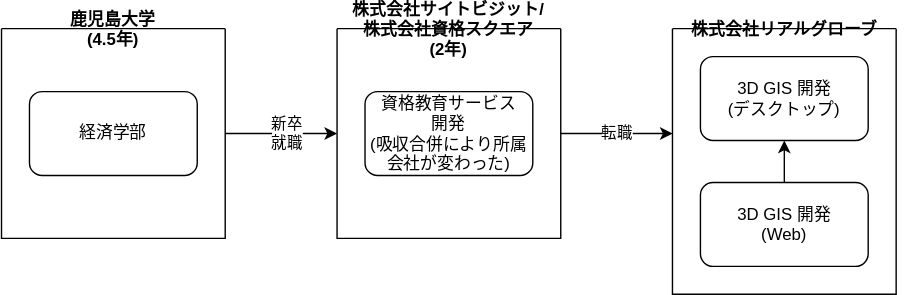
This is images/20240430-history.drawio.svg from kijimaD/roam, a draw.io export, as it was before one commit. Source tidied: cells renumbered, new cells last; positions are measured from the earlier drawing's top-left corner, leaving out a move shared by most shapes.
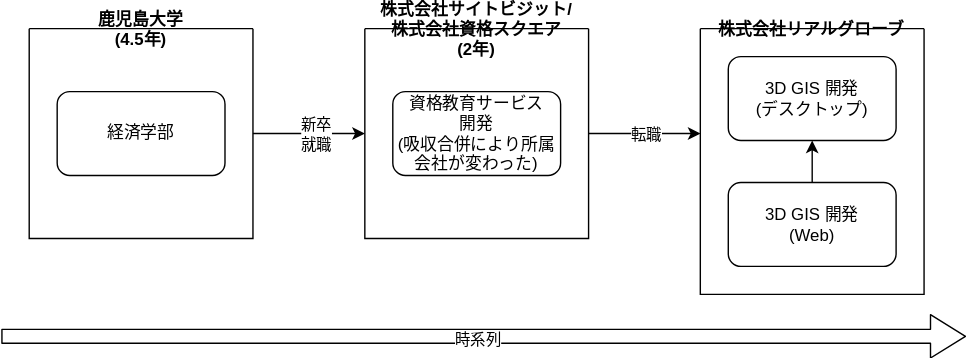
The same file after the commit.

What changed in the source:
```diff
@@ -53,5 +53,16 @@
         <mxPoint x="-5" y="1" as="offset" />
       </mxGeometry>
     </mxCell>
+    <mxCell id="15" style="edgeStyle=none;orthogonalLoop=1;jettySize=auto;html=1;shape=flexArrow;rounded=1;startSize=8;endSize=8;" parent="1" edge="1">
+      <mxGeometry relative="1" as="geometry">
+        <mxPoint x="-20" y="220" as="sourcePoint" />
+        <mxPoint x="670" y="220" as="targetPoint" />
+      </mxGeometry>
+    </mxCell>
+    <mxCell id="16" value="時系列" style="edgeLabel;html=1;align=center;verticalAlign=middle;" parent="15" vertex="1">
+      <mxGeometry x="0.09" y="-2" relative="1" as="geometry">
+        <mxPoint x="-36" as="offset" />
+      </mxGeometry>
+    </mxCell>
   </root>
 </mxGraphModel>
```
